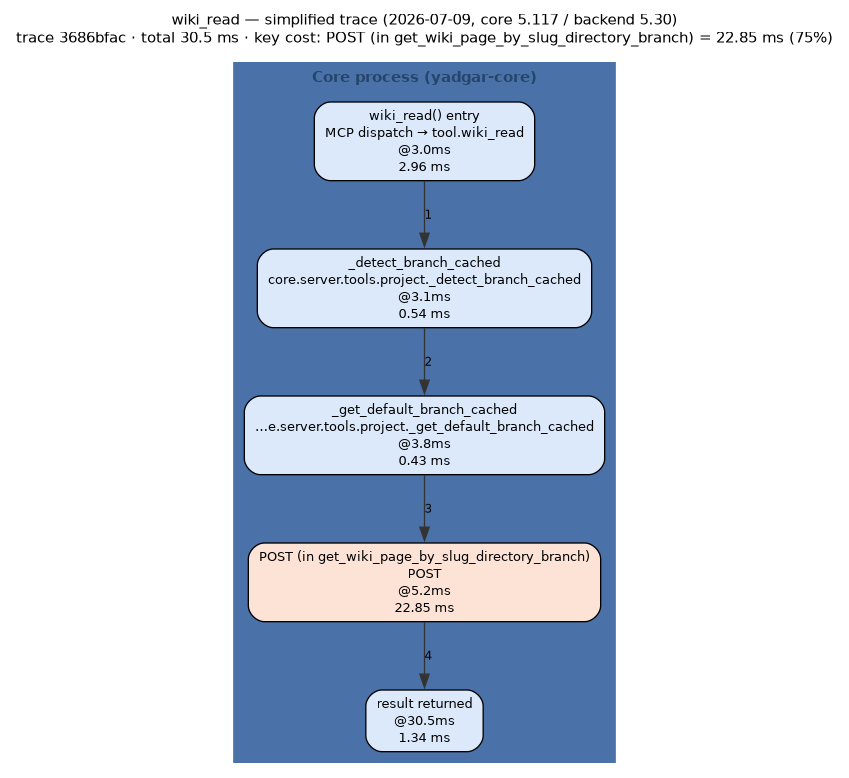
The Graphviz diagram docs/diagrams/out/wiki_read-trace-2026-07-09.png in m-agahi/yadgar, before a commit. Its source is kept beside it as docs/diagrams/out/wiki_read-trace-2026-07-09.dot.
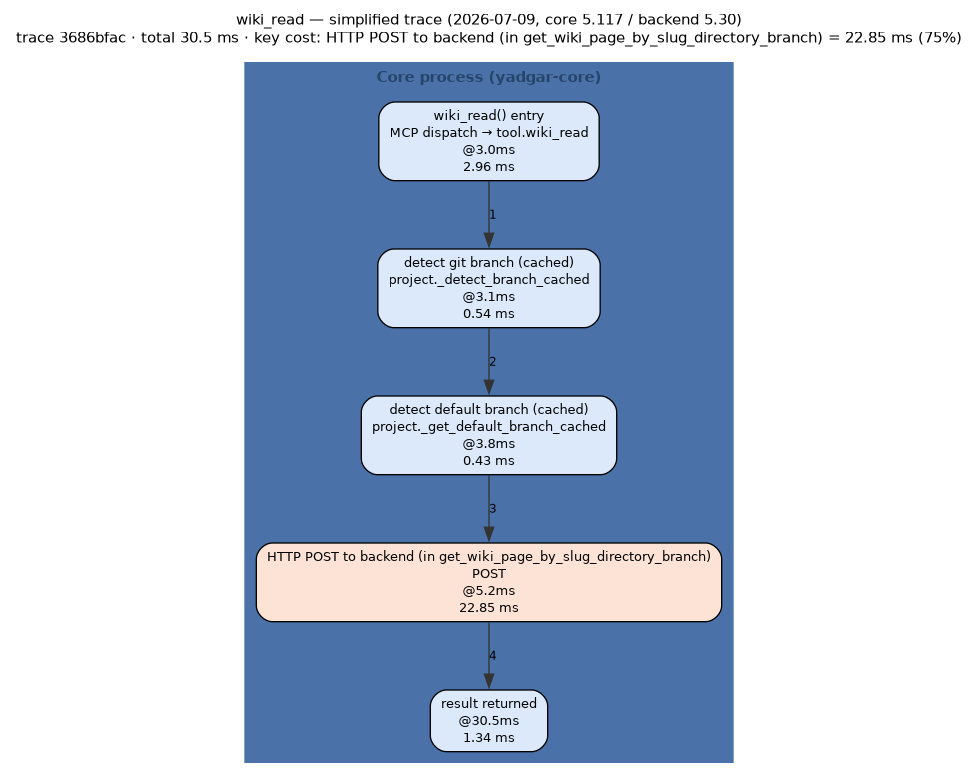
The same diagram one commit later.

Change to the diagram source:
```diff
@@ -8,7 +8,7 @@
   node  [fontname="Helvetica", fontsize=10];
   edge  [fontname="Helvetica", fontsize=9];
   label="wiki_read — simplified trace (2026-07-09, core 5.117 / backend 5.30)
-trace 3686bfac · total 30.5 ms · key cost: POST (in get_wiki_page_by_slug_directory_branch) = 22.85 ms (75%)";
+trace 3686bfac · total 30.5 ms · key cost: HTTP POST to backend (in get_wiki_page_by_slug_directory_branch) = 22.85 ms (75%)";
   subgraph "cluster_core" {
     label="Core process (yadgar-core)";
     style=filled;
@@ -17,9 +17,9 @@
     fontcolor="#26456b";
     fontname="Helvetica-Bold";
     "entry" [shape="box", style="rounded,filled", fillcolor="#dbe9fb", label="wiki_read() entry\nMCP dispatch → tool.wiki_read\n@3.0ms\n2.96 ms"];
-    "s0" [shape="box", style="rounded,filled", fillcolor="#dbe9fb", label="_detect_branch_cached\ncore.server.tools.project._detect_branch_cached\n@3.1ms\n0.54 ms"];
-    "s1" [shape="box", style="rounded,filled", fillcolor="#dbe9fb", label="_get_default_branch_cached\n…e.server.tools.project._get_default_branch_cached\n@3.8ms\n0.43 ms"];
-    "s2" [shape="box", style="rounded,filled", fillcolor="#fce3d6", label="POST (in get_wiki_page_by_slug_directory_branch)\nPOST\n@5.2ms\n22.85 ms"];
+    "s0" [shape="box", style="rounded,filled", fillcolor="#dbe9fb", label="detect git branch (cached)\nproject._detect_branch_cached\n@3.1ms\n0.54 ms"];
+    "s1" [shape="box", style="rounded,filled", fillcolor="#dbe9fb", label="detect default branch (cached)\nproject._get_default_branch_cached\n@3.8ms\n0.43 ms"];
+    "s2" [shape="box", style="rounded,filled", fillcolor="#fce3d6", label="HTTP POST to backend (in get_wiki_page_by_slug_directory_branch)\nPOST\n@5.2ms\n22.85 ms"];
     "done" [shape="box", style="rounded,filled", fillcolor="#dbe9fb", label="result returned\n@30.5ms\n1.34 ms"];
   }
   "entry" -> "s0" [color="#333333", style="solid", label="1"];
```
